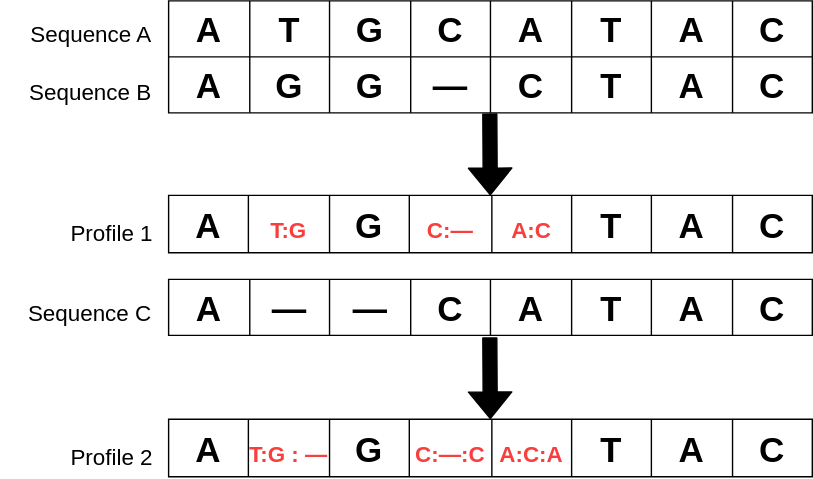
The draw.io diagram images/progressive_alignment.drawio.svg in khiron/dBGAlignSlides, before a commit. Source tidied: cells renumbered, new cells last; positions are measured from the earlier drawing's top-left corner, leaving out a move shared by most shapes.
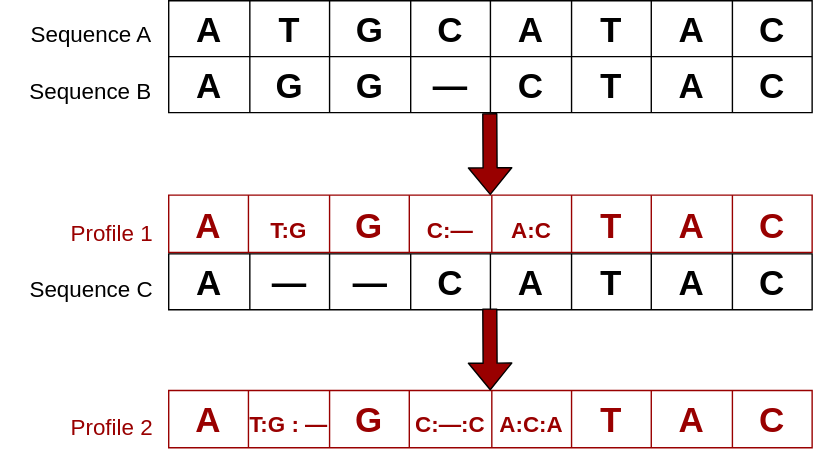
The same diagram one commit later.

What changed in the source:
```diff
@@ -59,37 +59,37 @@
     <mxCell id="20" value="C" style="shape=partialRectangle;html=1;whiteSpace=wrap;fillColor=none;top=0;left=0;bottom=0;right=0;overflow=hidden;fontSize=25;fontStyle=1;" parent="12" vertex="1">
       <mxGeometry x="403" width="57" height="40" as="geometry" />
     </mxCell>
-    <mxCell id="21" style="shape=table;html=1;whiteSpace=wrap;startSize=0;verticalAlign=middle;horizontal=1;fillStyle=auto;fontStyle=1;fontSize=25;labelBorderColor=none;labelBackgroundColor=none;rounded=0;shadow=0;swimlaneLine=1;swimlaneFillColor=#000000;fillColor=none;fontColor=none;noLabel=1;" parent="1" vertex="1">
+    <mxCell id="21" style="shape=table;html=1;whiteSpace=wrap;startSize=0;verticalAlign=middle;horizontal=1;fillStyle=auto;fontStyle=1;fontSize=25;labelBorderColor=none;labelBackgroundColor=none;rounded=0;shadow=0;swimlaneLine=1;swimlaneFillColor=#000000;fillColor=none;fontColor=#FF0000;strokeColor=#990000;" parent="1" vertex="1">
       <mxGeometry x="120" y="139" width="460" height="41" as="geometry" />
     </mxCell>
     <mxCell id="22" style="shape=tableRow;horizontal=0;startSize=0;swimlaneHead=0;swimlaneBody=0;top=0;left=0;bottom=0;right=0;fillColor=none;points=[[0,0.5],[1,0.5]];portConstraint=eastwest;fontSize=25;fontStyle=1;" parent="21" vertex="1">
       <mxGeometry width="460" height="41" as="geometry" />
     </mxCell>
-    <mxCell id="23" value="A" style="shape=partialRectangle;html=1;whiteSpace=wrap;fillColor=none;top=0;left=0;bottom=0;right=0;overflow=hidden;verticalAlign=middle;fontSize=25;fontStyle=1;" parent="22" vertex="1">
+    <mxCell id="23" value="A" style="shape=partialRectangle;html=1;whiteSpace=wrap;fillColor=none;top=0;left=0;bottom=0;right=0;overflow=hidden;verticalAlign=middle;fontSize=25;fontStyle=1;fontColor=#990000;" parent="22" vertex="1">
       <mxGeometry width="57" height="41" as="geometry" />
     </mxCell>
-    <mxCell id="24" value="&lt;font style=&quot;font-size: 16px;&quot;&gt;T:G&lt;/font&gt;" style="shape=partialRectangle;html=1;whiteSpace=wrap;fillColor=none;top=0;left=0;bottom=0;right=0;overflow=hidden;fontSize=25;fontStyle=1;fontColor=#F93E3E;" parent="22" vertex="1">
+    <mxCell id="24" value="&lt;font style=&quot;font-size: 16px;&quot;&gt;T:G&lt;/font&gt;" style="shape=partialRectangle;html=1;whiteSpace=wrap;fillColor=none;top=0;left=0;bottom=0;right=0;overflow=hidden;fontSize=25;fontStyle=1;fontColor=#990000;" parent="22" vertex="1">
       <mxGeometry x="57" width="58" height="41" as="geometry" />
     </mxCell>
-    <mxCell id="25" value="G" style="shape=partialRectangle;html=1;whiteSpace=wrap;fillColor=none;top=0;left=0;bottom=0;right=0;overflow=hidden;fontSize=25;fontStyle=1;" parent="22" vertex="1">
+    <mxCell id="25" value="G" style="shape=partialRectangle;html=1;whiteSpace=wrap;fillColor=none;top=0;left=0;bottom=0;right=0;overflow=hidden;fontSize=25;fontStyle=1;fontColor=#990000;" parent="22" vertex="1">
       <mxGeometry x="115" width="57" height="41" as="geometry" />
     </mxCell>
-    <mxCell id="26" value="&lt;font color=&quot;#f93e3e&quot; style=&quot;font-size: 16px;&quot;&gt;C:—&lt;/font&gt;" style="shape=partialRectangle;html=1;whiteSpace=wrap;fillColor=none;top=0;left=0;bottom=0;right=0;overflow=hidden;fontSize=25;fontStyle=1;" parent="22" vertex="1">
+    <mxCell id="26" value="&lt;font style=&quot;font-size: 16px;&quot;&gt;C:—&lt;/font&gt;" style="shape=partialRectangle;html=1;whiteSpace=wrap;fillColor=none;top=0;left=0;bottom=0;right=0;overflow=hidden;fontSize=25;fontStyle=1;fontColor=#990000;" parent="22" vertex="1">
       <mxGeometry x="172" width="59" height="41" as="geometry" />
     </mxCell>
-    <mxCell id="27" value="&lt;font color=&quot;#f93e3e&quot; style=&quot;font-size: 16px;&quot;&gt;A:C&lt;/font&gt;" style="shape=partialRectangle;html=1;whiteSpace=wrap;fillColor=none;top=0;left=0;bottom=0;right=0;overflow=hidden;fontSize=25;fontStyle=1;" parent="22" vertex="1">
+    <mxCell id="27" value="&lt;font style=&quot;font-size: 16px;&quot;&gt;A:C&lt;/font&gt;" style="shape=partialRectangle;html=1;whiteSpace=wrap;fillColor=none;top=0;left=0;bottom=0;right=0;overflow=hidden;fontSize=25;fontStyle=1;fontColor=#990000;" parent="22" vertex="1">
       <mxGeometry x="231" width="57" height="41" as="geometry" />
     </mxCell>
-    <mxCell id="28" value="T" style="shape=partialRectangle;html=1;whiteSpace=wrap;fillColor=none;top=0;left=0;bottom=0;right=0;overflow=hidden;fontSize=25;fontStyle=1;" parent="22" vertex="1">
+    <mxCell id="28" value="T" style="shape=partialRectangle;html=1;whiteSpace=wrap;fillColor=none;top=0;left=0;bottom=0;right=0;overflow=hidden;fontSize=25;fontStyle=1;fontColor=#990000;" parent="22" vertex="1">
       <mxGeometry x="288" width="57" height="41" as="geometry" />
     </mxCell>
-    <mxCell id="29" value="A" style="shape=partialRectangle;html=1;whiteSpace=wrap;fillColor=none;top=0;left=0;bottom=0;right=0;overflow=hidden;fontSize=25;fontStyle=1;" parent="22" vertex="1">
+    <mxCell id="29" value="A" style="shape=partialRectangle;html=1;whiteSpace=wrap;fillColor=none;top=0;left=0;bottom=0;right=0;overflow=hidden;fontSize=25;fontStyle=1;fontColor=#990000;" parent="22" vertex="1">
       <mxGeometry x="345" width="58" height="41" as="geometry" />
     </mxCell>
-    <mxCell id="30" value="C" style="shape=partialRectangle;html=1;whiteSpace=wrap;fillColor=none;top=0;left=0;bottom=0;right=0;overflow=hidden;fontSize=25;fontStyle=1;" parent="22" vertex="1">
+    <mxCell id="30" value="C" style="shape=partialRectangle;html=1;whiteSpace=wrap;fillColor=none;top=0;left=0;bottom=0;right=0;overflow=hidden;fontSize=25;fontStyle=1;fontColor=#990000;" parent="22" vertex="1">
       <mxGeometry x="403" width="57" height="41" as="geometry" />
     </mxCell>
-    <mxCell id="31" style="shape=flexArrow;endArrow=classic;html=1;fontSize=16;fontColor=#F93E3E;exitX=0.499;exitY=1.009;exitDx=0;exitDy=0;exitPerimeter=0;shadow=0;rounded=1;fillColor=#000000;" parent="1" edge="1" source="12" target="22">
+    <mxCell id="31" style="shape=flexArrow;endArrow=classic;html=1;fontSize=16;fontColor=#F93E3E;exitX=0.499;exitY=1.009;exitDx=0;exitDy=0;exitPerimeter=0;shadow=0;rounded=1;fillColor=#990000;" parent="1" edge="1" source="12" target="22">
       <mxGeometry relative="1" as="geometry" />
     </mxCell>
     <mxCell id="32" value="Sequence A" style="text;html=1;strokeColor=none;fillColor=none;align=right;verticalAlign=middle;whiteSpace=wrap;rounded=0;fontSize=16;fontColor=#000000;" parent="1" vertex="1">
@@ -98,11 +98,11 @@
     <mxCell id="33" value="Sequence B" style="text;html=1;strokeColor=none;fillColor=none;align=right;verticalAlign=middle;whiteSpace=wrap;rounded=0;fontSize=16;fontColor=#000000;" parent="1" vertex="1">
       <mxGeometry y="50" width="110" height="30" as="geometry" />
     </mxCell>
-    <mxCell id="34" value="Profile 1" style="text;html=1;strokeColor=none;fillColor=none;align=right;verticalAlign=middle;whiteSpace=wrap;rounded=0;fontSize=16;fontColor=#000000;" parent="1" vertex="1">
+    <mxCell id="34" value="Profile 1" style="text;html=1;strokeColor=none;fillColor=none;align=right;verticalAlign=middle;whiteSpace=wrap;rounded=0;fontSize=16;fontColor=#990000;" parent="1" vertex="1">
       <mxGeometry x="1" y="151" width="110" height="30" as="geometry" />
     </mxCell>
     <mxCell id="35" style="shape=table;html=1;whiteSpace=wrap;startSize=0;verticalAlign=middle;horizontal=1;fillStyle=auto;fontStyle=1;fontSize=25;labelBorderColor=none;labelBackgroundColor=none;rounded=0;shadow=0;swimlaneLine=1;swimlaneFillColor=#000000;fillColor=none;fontColor=none;noLabel=1;" parent="1" vertex="1">
-      <mxGeometry x="120" y="199" width="460" height="40" as="geometry" />
+      <mxGeometry x="120" y="181" width="460" height="40" as="geometry" />
     </mxCell>
     <mxCell id="36" style="shape=tableRow;horizontal=0;startSize=0;swimlaneHead=0;swimlaneBody=0;top=0;left=0;bottom=0;right=0;fillColor=none;fontSize=25;fontStyle=1;" parent="35" vertex="1">
       <mxGeometry width="460" height="40" as="geometry" />
@@ -132,45 +132,45 @@
       <mxGeometry x="403" width="57" height="40" as="geometry" />
     </mxCell>
     <mxCell id="45" value="Sequence C" style="text;html=1;strokeColor=none;fillColor=none;align=right;verticalAlign=middle;whiteSpace=wrap;rounded=0;fontSize=16;fontColor=#000000;" parent="1" vertex="1">
-      <mxGeometry y="208" width="110" height="30" as="geometry" />
+      <mxGeometry x="1" y="191" width="110" height="30" as="geometry" />
     </mxCell>
-    <mxCell id="46" style="shape=table;html=1;whiteSpace=wrap;startSize=0;verticalAlign=middle;horizontal=1;fillStyle=auto;fontStyle=1;fontSize=25;labelBorderColor=none;labelBackgroundColor=none;rounded=0;shadow=0;swimlaneLine=1;swimlaneFillColor=#000000;fillColor=none;fontColor=none;noLabel=1;" parent="1" vertex="1">
-      <mxGeometry x="120" y="299" width="460" height="41" as="geometry" />
+    <mxCell id="46" style="shape=table;html=1;whiteSpace=wrap;startSize=0;verticalAlign=middle;horizontal=1;fillStyle=auto;fontStyle=1;fontSize=25;labelBorderColor=none;labelBackgroundColor=none;rounded=0;shadow=0;swimlaneLine=1;swimlaneFillColor=#000000;fillColor=none;fontColor=none;noLabel=1;strokeColor=#990000;" parent="1" vertex="1">
+      <mxGeometry x="120" y="278.6" width="460" height="41" as="geometry" />
     </mxCell>
-    <mxCell id="47" style="shape=tableRow;horizontal=0;startSize=0;swimlaneHead=0;swimlaneBody=0;top=0;left=0;bottom=0;right=0;fillColor=none;points=[[0,0.5],[1,0.5]];portConstraint=eastwest;fontSize=25;fontStyle=1;" parent="46" vertex="1">
+    <mxCell id="47" style="shape=tableRow;horizontal=0;startSize=0;swimlaneHead=0;swimlaneBody=0;top=0;left=0;bottom=0;right=0;fillColor=none;points=[[0,0.5],[1,0.5]];portConstraint=eastwest;fontSize=25;fontStyle=1;fontColor=#990000;" parent="46" vertex="1">
       <mxGeometry width="460" height="41" as="geometry" />
     </mxCell>
-    <mxCell id="48" value="A" style="shape=partialRectangle;html=1;whiteSpace=wrap;fillColor=none;top=0;left=0;bottom=0;right=0;overflow=hidden;verticalAlign=middle;fontSize=25;fontStyle=1;" parent="47" vertex="1">
+    <mxCell id="48" value="A" style="shape=partialRectangle;html=1;whiteSpace=wrap;fillColor=none;top=0;left=0;bottom=0;right=0;overflow=hidden;verticalAlign=middle;fontSize=25;fontStyle=1;fontColor=#990000;" parent="47" vertex="1">
       <mxGeometry width="57" height="41" as="geometry" />
     </mxCell>
-    <mxCell id="49" value="&lt;font style=&quot;font-size: 16px;&quot;&gt;&lt;span style=&quot;font-size: 16px;&quot;&gt;T:G&lt;/span&gt;&lt;font style=&quot;font-size: 16px;&quot;&gt;:&lt;/font&gt;&lt;/font&gt;&lt;font style=&quot;font-size: 16px;&quot;&gt;—&lt;/font&gt;" style="shape=partialRectangle;html=1;whiteSpace=wrap;fillColor=none;top=0;left=0;bottom=0;right=0;overflow=hidden;fontSize=25;fontStyle=1;fontColor=#F93E3E;" parent="47" vertex="1">
+    <mxCell id="49" value="&lt;font style=&quot;font-size: 16px;&quot;&gt;&lt;span style=&quot;font-size: 16px;&quot;&gt;T:G&lt;/span&gt;&lt;font style=&quot;font-size: 16px;&quot;&gt;:&lt;/font&gt;&lt;/font&gt;&lt;font style=&quot;font-size: 16px;&quot;&gt;—&lt;/font&gt;" style="shape=partialRectangle;html=1;whiteSpace=wrap;fillColor=none;top=0;left=0;bottom=0;right=0;overflow=hidden;fontSize=25;fontStyle=1;fontColor=#990000;" parent="47" vertex="1">
       <mxGeometry x="57" width="58" height="41" as="geometry" />
     </mxCell>
-    <mxCell id="50" value="G" style="shape=partialRectangle;html=1;whiteSpace=wrap;fillColor=none;top=0;left=0;bottom=0;right=0;overflow=hidden;fontSize=25;fontStyle=1;" parent="47" vertex="1">
+    <mxCell id="50" value="G" style="shape=partialRectangle;html=1;whiteSpace=wrap;fillColor=none;top=0;left=0;bottom=0;right=0;overflow=hidden;fontSize=25;fontStyle=1;fontColor=#990000;" parent="47" vertex="1">
       <mxGeometry x="115" width="57" height="41" as="geometry" />
     </mxCell>
-    <mxCell id="51" value="&lt;font color=&quot;#f93e3e&quot; style=&quot;font-size: 16px;&quot;&gt;C:—:C&lt;/font&gt;" style="shape=partialRectangle;html=1;whiteSpace=wrap;fillColor=none;top=0;left=0;bottom=0;right=0;overflow=hidden;fontSize=25;fontStyle=1;" parent="47" vertex="1">
+    <mxCell id="51" value="&lt;font style=&quot;font-size: 16px;&quot;&gt;C:—:C&lt;/font&gt;" style="shape=partialRectangle;html=1;whiteSpace=wrap;fillColor=none;top=0;left=0;bottom=0;right=0;overflow=hidden;fontSize=25;fontStyle=1;fontColor=#990000;" parent="47" vertex="1">
       <mxGeometry x="172" width="59" height="41" as="geometry" />
     </mxCell>
-    <mxCell id="52" value="&lt;font color=&quot;#f93e3e&quot; style=&quot;font-size: 16px;&quot;&gt;A:C:A&lt;/font&gt;" style="shape=partialRectangle;html=1;whiteSpace=wrap;fillColor=none;top=0;left=0;bottom=0;right=0;overflow=hidden;fontSize=25;fontStyle=1;" parent="47" vertex="1">
+    <mxCell id="52" value="&lt;font style=&quot;font-size: 16px;&quot;&gt;A:C:A&lt;/font&gt;" style="shape=partialRectangle;html=1;whiteSpace=wrap;fillColor=none;top=0;left=0;bottom=0;right=0;overflow=hidden;fontSize=25;fontStyle=1;fontColor=#990000;" parent="47" vertex="1">
       <mxGeometry x="231" width="57" height="41" as="geometry" />
     </mxCell>
-    <mxCell id="53" value="T" style="shape=partialRectangle;html=1;whiteSpace=wrap;fillColor=none;top=0;left=0;bottom=0;right=0;overflow=hidden;fontSize=25;fontStyle=1;" parent="47" vertex="1">
+    <mxCell id="53" value="T" style="shape=partialRectangle;html=1;whiteSpace=wrap;fillColor=none;top=0;left=0;bottom=0;right=0;overflow=hidden;fontSize=25;fontStyle=1;fontColor=#990000;" parent="47" vertex="1">
       <mxGeometry x="288" width="57" height="41" as="geometry" />
     </mxCell>
-    <mxCell id="54" value="A" style="shape=partialRectangle;html=1;whiteSpace=wrap;fillColor=none;top=0;left=0;bottom=0;right=0;overflow=hidden;fontSize=25;fontStyle=1;" parent="47" vertex="1">
+    <mxCell id="54" value="A" style="shape=partialRectangle;html=1;whiteSpace=wrap;fillColor=none;top=0;left=0;bottom=0;right=0;overflow=hidden;fontSize=25;fontStyle=1;fontColor=#990000;" parent="47" vertex="1">
       <mxGeometry x="345" width="58" height="41" as="geometry" />
     </mxCell>
-    <mxCell id="55" value="C" style="shape=partialRectangle;html=1;whiteSpace=wrap;fillColor=none;top=0;left=0;bottom=0;right=0;overflow=hidden;fontSize=25;fontStyle=1;" parent="47" vertex="1">
+    <mxCell id="55" value="C" style="shape=partialRectangle;html=1;whiteSpace=wrap;fillColor=none;top=0;left=0;bottom=0;right=0;overflow=hidden;fontSize=25;fontStyle=1;fontColor=#990000;" parent="47" vertex="1">
       <mxGeometry x="403" width="57" height="41" as="geometry" />
     </mxCell>
-    <mxCell id="56" style="shape=flexArrow;endArrow=classic;html=1;fontSize=16;fontColor=#F93E3E;exitX=0.499;exitY=1.009;exitDx=0;exitDy=0;exitPerimeter=0;shadow=0;rounded=1;fillColor=#000000;" parent="1" edge="1" target="47">
+    <mxCell id="56" style="shape=flexArrow;endArrow=classic;html=1;fontSize=16;fontColor=#F93E3E;exitX=0.499;exitY=1.009;exitDx=0;exitDy=0;exitPerimeter=0;shadow=0;rounded=1;fillColor=#990000;" parent="1" edge="1" target="47">
       <mxGeometry relative="1" as="geometry">
-        <mxPoint x="349.5" y="240.4" as="sourcePoint" />
+        <mxPoint x="349.5" y="220" as="sourcePoint" />
       </mxGeometry>
     </mxCell>
-    <mxCell id="57" value="Profile 2" style="text;html=1;strokeColor=none;fillColor=none;align=right;verticalAlign=middle;whiteSpace=wrap;rounded=0;fontSize=16;fontColor=#000000;" parent="1" vertex="1">
-      <mxGeometry x="1" y="311" width="110" height="30" as="geometry" />
+    <mxCell id="57" value="Profile 2" style="text;html=1;strokeColor=none;fillColor=none;align=right;verticalAlign=middle;whiteSpace=wrap;rounded=0;fontSize=16;fontColor=#990000;" parent="1" vertex="1">
+      <mxGeometry x="1" y="289.6" width="110" height="30" as="geometry" />
     </mxCell>
   </root>
 </mxGraphModel>
```
